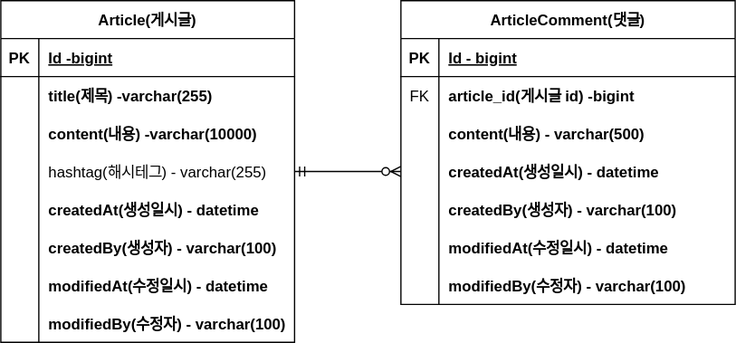
This is fc_notice_board/documents/notice_board_erd.drawio.svg from k-ms1998/Spring-studies, a draw.io export, as it was before one commit. Source tidied: cells renumbered, new cells last; positions are measured from the earlier drawing's top-left corner, leaving out a move shared by most shapes.
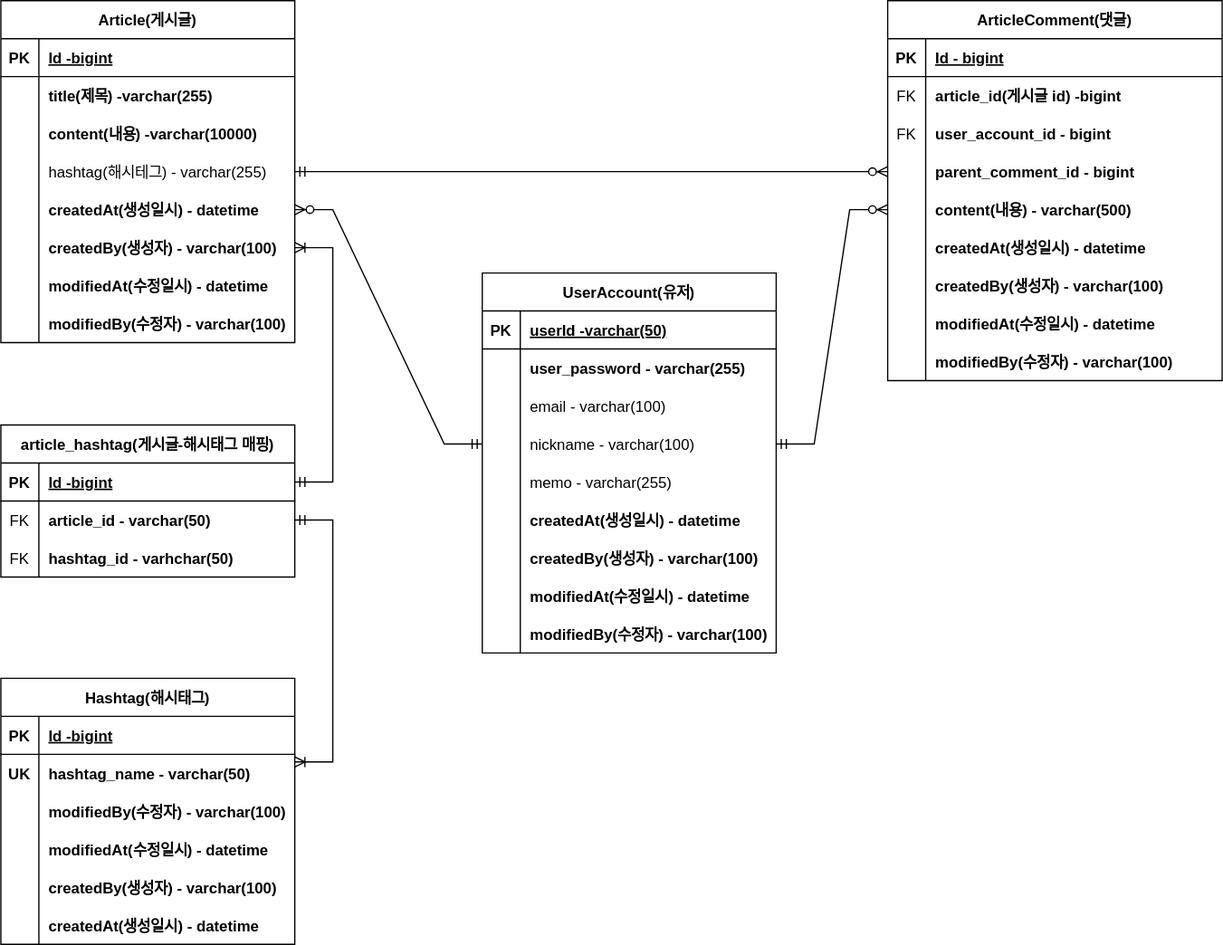
The same file after the commit.

Commit message:
#27: notice_board_erd.drawio.svg 업데이트(대댓글, 해시태그)

The edit, as a diff of the source:
```diff
@@ -5,3 +5,3 @@
     <mxCell id="2" value="Article(게시글)" style="shape=table;startSize=30;rowLines=0;fontStyle=1;align=center;" parent="1" vertex="1">
-      <mxGeometry width="232" height="270" as="geometry" />
+      <mxGeometry x="-140" y="5" width="232" height="270" as="geometry" />
     </mxCell>
@@ -80,3 +80,3 @@
     <mxCell id="27" value="ArticleComment(댓글)" style="shape=table;startSize=30;rowLines=0;fontStyle=1;align=center;" parent="1" vertex="1">
-      <mxGeometry x="316" width="264" height="240" as="geometry" />
+      <mxGeometry x="560" y="5" width="264" height="300" as="geometry" />
     </mxCell>
@@ -100,4 +100,22 @@
     </mxCell>
+    <mxCell id="50" style="shape=tableRow;horizontal=0;startSize=0;swimlaneHead=0;swimlaneBody=0;fillColor=none;top=0;left=0;right=0;bottom=0;" parent="27" vertex="1">
+      <mxGeometry y="90" width="264" height="30" as="geometry" />
+    </mxCell>
+    <mxCell id="51" value="FK" style="shape=partialRectangle;fillColor=none;top=0;left=0;bottom=0;right=0;overflow=hidden;" parent="50" vertex="1">
+      <mxGeometry width="30" height="30" as="geometry" />
+    </mxCell>
+    <mxCell id="52" value="user_account_id - bigint" style="shape=partialRectangle;fillColor=none;top=0;left=0;bottom=0;right=0;align=left;spacingLeft=6;overflow=hidden;fontStyle=1;" parent="50" vertex="1">
+      <mxGeometry x="30" width="234" height="30" as="geometry" />
+    </mxCell>
+    <mxCell id="53" style="shape=tableRow;horizontal=0;startSize=0;swimlaneHead=0;swimlaneBody=0;fillColor=none;points=[[0,0.5],[1,0.5]];portConstraint=eastwest;top=0;left=0;right=0;bottom=0;" parent="27" vertex="1">
+      <mxGeometry y="120" width="264" height="30" as="geometry" />
+    </mxCell>
+    <mxCell id="54" style="shape=partialRectangle;fillColor=none;top=0;left=0;bottom=0;right=0;overflow=hidden;" parent="53" vertex="1">
+      <mxGeometry width="30" height="30" as="geometry" />
+    </mxCell>
+    <mxCell id="55" value="parent_comment_id - bigint" style="shape=partialRectangle;fillColor=none;top=0;left=0;bottom=0;right=0;align=left;spacingLeft=6;overflow=hidden;fontStyle=1;" parent="53" vertex="1">
+      <mxGeometry x="30" width="234" height="30" as="geometry" />
+    </mxCell>
     <mxCell id="34" style="shape=tableRow;horizontal=0;startSize=0;swimlaneHead=0;swimlaneBody=0;fillColor=none;points=[[0,0.5],[1,0.5]];portConstraint=eastwest;top=0;left=0;right=0;bottom=0;" parent="27" vertex="1">
-      <mxGeometry y="90" width="264" height="30" as="geometry" />
+      <mxGeometry y="150" width="264" height="30" as="geometry" />
     </mxCell>
@@ -110,3 +128,3 @@
     <mxCell id="37" style="shape=tableRow;horizontal=0;startSize=0;swimlaneHead=0;swimlaneBody=0;fillColor=none;points=[[0,0.5],[1,0.5]];portConstraint=eastwest;top=0;left=0;right=0;bottom=0;" parent="27" vertex="1">
-      <mxGeometry y="120" width="264" height="30" as="geometry" />
+      <mxGeometry y="180" width="264" height="30" as="geometry" />
     </mxCell>
@@ -119,3 +137,3 @@
     <mxCell id="40" style="shape=tableRow;horizontal=0;startSize=0;swimlaneHead=0;swimlaneBody=0;fillColor=none;top=0;left=0;right=0;bottom=0;" parent="27" vertex="1">
-      <mxGeometry y="150" width="264" height="30" as="geometry" />
+      <mxGeometry y="210" width="264" height="30" as="geometry" />
     </mxCell>
@@ -128,3 +146,3 @@
     <mxCell id="43" style="shape=tableRow;horizontal=0;startSize=0;swimlaneHead=0;swimlaneBody=0;fillColor=none;top=0;left=0;right=0;bottom=0;" parent="27" vertex="1">
-      <mxGeometry y="180" width="264" height="30" as="geometry" />
+      <mxGeometry y="240" width="264" height="30" as="geometry" />
     </mxCell>
@@ -137,3 +155,3 @@
     <mxCell id="46" style="shape=tableRow;horizontal=0;startSize=0;swimlaneHead=0;swimlaneBody=0;fillColor=none;top=0;left=0;right=0;bottom=0;" parent="27" vertex="1">
-      <mxGeometry y="210" width="264" height="30" as="geometry" />
+      <mxGeometry y="270" width="264" height="30" as="geometry" />
     </mxCell>
@@ -145,5 +163,188 @@
     </mxCell>
-    <mxCell id="49" style="edgeStyle=entityRelationEdgeStyle;fontSize=12;html=1;endArrow=ERzeroToMany;startArrow=ERmandOne;rounded=0;exitX=1;exitY=0.5;exitDx=0;exitDy=0;entryX=0;entryY=0.5;entryDx=0;entryDy=0;" parent="1" edge="1" source="12" target="37">
+    <mxCell id="49" style="edgeStyle=entityRelationEdgeStyle;fontSize=12;html=1;endArrow=ERzeroToMany;startArrow=ERmandOne;rounded=0;exitX=1;exitY=0.5;exitDx=0;exitDy=0;entryX=0;entryY=0.5;entryDx=0;entryDy=0;" parent="1" edge="1" source="12" target="53">
       <mxGeometry relative="1" as="geometry" />
     </mxCell>
+    <mxCell id="56" value="UserAccount(유저)" style="shape=table;startSize=30;rowLines=0;fontStyle=1;align=center;direction=east;" parent="1" vertex="1">
+      <mxGeometry x="240" y="220" width="232" height="300" as="geometry" />
+    </mxCell>
+    <mxCell id="57" style="shape=tableRow;horizontal=0;startSize=0;swimlaneHead=0;swimlaneBody=0;fillColor=none;top=0;left=0;right=0;bottom=1;" parent="56" vertex="1">
+      <mxGeometry y="30" width="232" height="30" as="geometry" />
+    </mxCell>
+    <mxCell id="58" value="PK" style="shape=partialRectangle;fillColor=none;top=0;left=0;bottom=0;right=0;fontStyle=1;overflow=hidden;" parent="57" vertex="1">
+      <mxGeometry width="30" height="30" as="geometry" />
+    </mxCell>
+    <mxCell id="59" value="userId -varchar(50)" style="shape=partialRectangle;fillColor=none;top=0;left=0;bottom=0;right=0;align=left;spacingLeft=6;fontStyle=5;overflow=hidden;" parent="57" vertex="1">
+      <mxGeometry x="30" width="202" height="30" as="geometry" />
+    </mxCell>
+    <mxCell id="60" style="shape=tableRow;horizontal=0;startSize=0;swimlaneHead=0;swimlaneBody=0;fillColor=none;top=0;left=0;right=0;bottom=0;" parent="56" vertex="1">
+      <mxGeometry y="60" width="232" height="30" as="geometry" />
+    </mxCell>
+    <mxCell id="61" style="shape=partialRectangle;fillColor=none;top=0;left=0;bottom=0;right=0;overflow=hidden;" parent="60" vertex="1">
+      <mxGeometry width="30" height="30" as="geometry" />
+    </mxCell>
+    <mxCell id="62" value="user_password - varchar(255)" style="shape=partialRectangle;fillColor=none;top=0;left=0;bottom=0;right=0;align=left;spacingLeft=6;overflow=hidden;fontStyle=1;" parent="60" vertex="1">
+      <mxGeometry x="30" width="202" height="30" as="geometry" />
+    </mxCell>
+    <mxCell id="63" style="shape=tableRow;horizontal=0;startSize=0;swimlaneHead=0;swimlaneBody=0;fillColor=none;top=0;left=0;right=0;bottom=0;" parent="56" vertex="1">
+      <mxGeometry y="90" width="232" height="30" as="geometry" />
+    </mxCell>
+    <mxCell id="64" style="shape=partialRectangle;fillColor=none;top=0;left=0;bottom=0;right=0;overflow=hidden;" parent="63" vertex="1">
+      <mxGeometry width="30" height="30" as="geometry" />
+    </mxCell>
+    <mxCell id="65" value="email - varchar(100)" style="shape=partialRectangle;fillColor=none;top=0;left=0;bottom=0;right=0;align=left;spacingLeft=6;overflow=hidden;fontStyle=0;" parent="63" vertex="1">
+      <mxGeometry x="30" width="202" height="30" as="geometry" />
+    </mxCell>
+    <mxCell id="66" style="shape=tableRow;horizontal=0;startSize=0;swimlaneHead=0;swimlaneBody=0;fillColor=none;points=[[0,0.5],[1,0.5]];portConstraint=eastwest;top=0;left=0;right=0;bottom=0;" parent="56" vertex="1">
+      <mxGeometry y="120" width="232" height="30" as="geometry" />
+    </mxCell>
+    <mxCell id="67" style="shape=partialRectangle;fillColor=none;top=0;left=0;bottom=0;right=0;overflow=hidden;" parent="66" vertex="1">
+      <mxGeometry width="30" height="30" as="geometry" />
+    </mxCell>
+    <mxCell id="68" value="nickname - varchar(100)" style="shape=partialRectangle;fillColor=none;top=0;left=0;bottom=0;right=0;align=left;spacingLeft=6;overflow=hidden;" parent="66" vertex="1">
+      <mxGeometry x="30" width="202" height="30" as="geometry" />
+    </mxCell>
+    <mxCell id="69" style="shape=tableRow;horizontal=0;startSize=0;swimlaneHead=0;swimlaneBody=0;fillColor=none;top=0;left=0;right=0;bottom=0;fontStyle=0;" parent="56" vertex="1">
+      <mxGeometry y="150" width="232" height="30" as="geometry" />
+    </mxCell>
+    <mxCell id="70" style="shape=partialRectangle;fillColor=none;top=0;left=0;bottom=0;right=0;overflow=hidden;" parent="69" vertex="1">
+      <mxGeometry width="30" height="30" as="geometry" />
+    </mxCell>
+    <mxCell id="71" value="memo - varchar(255)" style="shape=partialRectangle;fillColor=none;top=0;left=0;bottom=0;right=0;align=left;spacingLeft=6;overflow=hidden;fontStyle=0;" parent="69" vertex="1">
+      <mxGeometry x="30" width="202" height="30" as="geometry" />
+    </mxCell>
+    <mxCell id="72" style="shape=tableRow;horizontal=0;startSize=0;swimlaneHead=0;swimlaneBody=0;fillColor=none;top=0;left=0;right=0;bottom=0;" parent="56" vertex="1">
+      <mxGeometry y="180" width="232" height="30" as="geometry" />
+    </mxCell>
+    <mxCell id="73" style="shape=partialRectangle;fillColor=none;top=0;left=0;bottom=0;right=0;overflow=hidden;" parent="72" vertex="1">
+      <mxGeometry width="30" height="30" as="geometry" />
+    </mxCell>
+    <mxCell id="74" value="createdAt(생성일시) - datetime" style="shape=partialRectangle;fillColor=none;top=0;left=0;bottom=0;right=0;align=left;spacingLeft=6;overflow=hidden;fontStyle=1;" parent="72" vertex="1">
+      <mxGeometry x="30" width="202" height="30" as="geometry" />
+    </mxCell>
+    <mxCell id="75" style="shape=tableRow;horizontal=0;startSize=0;swimlaneHead=0;swimlaneBody=0;fillColor=none;top=0;left=0;right=0;bottom=0;" parent="56" vertex="1">
+      <mxGeometry y="210" width="232" height="30" as="geometry" />
+    </mxCell>
+    <mxCell id="76" style="shape=partialRectangle;fillColor=none;top=0;left=0;bottom=0;right=0;overflow=hidden;" parent="75" vertex="1">
+      <mxGeometry width="30" height="30" as="geometry" />
+    </mxCell>
+    <mxCell id="77" value="createdBy(생성자) - varchar(100)" style="shape=partialRectangle;fillColor=none;top=0;left=0;bottom=0;right=0;align=left;spacingLeft=6;overflow=hidden;fontStyle=1;" parent="75" vertex="1">
+      <mxGeometry x="30" width="202" height="30" as="geometry" />
+    </mxCell>
+    <mxCell id="78" style="shape=tableRow;horizontal=0;startSize=0;swimlaneHead=0;swimlaneBody=0;fillColor=none;top=0;left=0;right=0;bottom=0;" parent="56" vertex="1">
+      <mxGeometry y="240" width="232" height="30" as="geometry" />
+    </mxCell>
+    <mxCell id="79" style="shape=partialRectangle;fillColor=none;top=0;left=0;bottom=0;right=0;overflow=hidden;" parent="78" vertex="1">
+      <mxGeometry width="30" height="30" as="geometry" />
+    </mxCell>
+    <mxCell id="80" value="modifiedAt(수정일시) - datetime" style="shape=partialRectangle;fillColor=none;top=0;left=0;bottom=0;right=0;align=left;spacingLeft=6;overflow=hidden;fontStyle=1;" parent="78" vertex="1">
+      <mxGeometry x="30" width="202" height="30" as="geometry" />
+    </mxCell>
+    <mxCell id="81" style="shape=tableRow;horizontal=0;startSize=0;swimlaneHead=0;swimlaneBody=0;fillColor=none;top=0;left=0;right=0;bottom=0;" parent="56" vertex="1">
+      <mxGeometry y="270" width="232" height="30" as="geometry" />
+    </mxCell>
+    <mxCell id="82" style="shape=partialRectangle;fillColor=none;top=0;left=0;bottom=0;right=0;overflow=hidden;" parent="81" vertex="1">
+      <mxGeometry width="30" height="30" as="geometry" />
+    </mxCell>
+    <mxCell id="83" value="modifiedBy(수정자) - varchar(100)" style="shape=partialRectangle;fillColor=none;top=0;left=0;bottom=0;right=0;align=left;spacingLeft=6;overflow=hidden;fontStyle=1;" parent="81" vertex="1">
+      <mxGeometry x="30" width="202" height="30" as="geometry" />
+    </mxCell>
+    <mxCell id="84" style="edgeStyle=entityRelationEdgeStyle;fontSize=12;html=1;endArrow=ERzeroToMany;startArrow=ERmandOne;rounded=0;exitX=1;exitY=0.5;exitDx=0;exitDy=0;entryX=0;entryY=0.5;entryDx=0;entryDy=0;" parent="1" edge="1" source="66" target="34">
+      <mxGeometry relative="1" as="geometry" />
+    </mxCell>
+    <mxCell id="85" style="edgeStyle=entityRelationEdgeStyle;fontSize=12;html=1;endArrow=ERzeroToMany;startArrow=ERmandOne;rounded=0;exitX=0;exitY=0.5;exitDx=0;exitDy=0;entryX=1;entryY=0.5;entryDx=0;entryDy=0;" parent="1" edge="1" source="66" target="15">
+      <mxGeometry relative="1" as="geometry" />
+    </mxCell>
+    <mxCell id="86" value="Hashtag(해시태그)" style="shape=table;startSize=30;rowLines=0;fontStyle=1;align=center;" parent="1" vertex="1">
+      <mxGeometry x="-140" y="540" width="232" height="210" as="geometry" />
+    </mxCell>
+    <mxCell id="87" style="shape=tableRow;horizontal=0;startSize=0;swimlaneHead=0;swimlaneBody=0;fillColor=none;top=0;left=0;right=0;bottom=1;" parent="86" vertex="1">
+      <mxGeometry y="30" width="232" height="30" as="geometry" />
+    </mxCell>
+    <mxCell id="88" value="PK" style="shape=partialRectangle;fillColor=none;top=0;left=0;bottom=0;right=0;fontStyle=1;overflow=hidden;" parent="87" vertex="1">
+      <mxGeometry width="30" height="30" as="geometry" />
+    </mxCell>
+    <mxCell id="89" value="Id -bigint" style="shape=partialRectangle;fillColor=none;top=0;left=0;bottom=0;right=0;align=left;spacingLeft=6;fontStyle=5;overflow=hidden;" parent="87" vertex="1">
+      <mxGeometry x="30" width="202" height="30" as="geometry" />
+    </mxCell>
+    <mxCell id="90" style="shape=tableRow;horizontal=0;startSize=0;swimlaneHead=0;swimlaneBody=0;fillColor=none;points=[[0,0.5],[1,0.5]];portConstraint=eastwest;top=0;left=0;right=0;bottom=0;" parent="86" vertex="1">
+      <mxGeometry y="60" width="232" height="30" as="geometry" />
+    </mxCell>
+    <mxCell id="91" value="UK" style="shape=partialRectangle;fillColor=none;top=0;left=0;bottom=0;right=0;overflow=hidden;fontStyle=1;" parent="90" vertex="1">
+      <mxGeometry width="30" height="30" as="geometry" />
+    </mxCell>
+    <mxCell id="92" value="hashtag_name - varchar(50)" style="shape=partialRectangle;fillColor=none;top=0;left=0;bottom=0;right=0;align=left;spacingLeft=6;overflow=hidden;fontStyle=1;" parent="90" vertex="1">
+      <mxGeometry x="30" width="202" height="30" as="geometry" />
+    </mxCell>
+    <mxCell id="93" style="shape=tableRow;horizontal=0;startSize=0;swimlaneHead=0;swimlaneBody=0;fillColor=none;top=0;left=0;right=0;bottom=0;" parent="86" vertex="1">
+      <mxGeometry y="90" width="232" height="30" as="geometry" />
+    </mxCell>
+    <mxCell id="94" style="shape=partialRectangle;fillColor=none;top=0;left=0;bottom=0;right=0;overflow=hidden;" parent="93" vertex="1">
+      <mxGeometry width="30" height="30" as="geometry" />
+    </mxCell>
+    <mxCell id="95" value="modifiedBy(수정자) - varchar(100)" style="shape=partialRectangle;fillColor=none;top=0;left=0;bottom=0;right=0;align=left;spacingLeft=6;overflow=hidden;fontStyle=1;" parent="93" vertex="1">
+      <mxGeometry x="30" width="202" height="30" as="geometry" />
+    </mxCell>
+    <mxCell id="96" style="shape=tableRow;horizontal=0;startSize=0;swimlaneHead=0;swimlaneBody=0;fillColor=none;top=0;left=0;right=0;bottom=0;" parent="86" vertex="1">
+      <mxGeometry y="120" width="232" height="30" as="geometry" />
+    </mxCell>
+    <mxCell id="97" style="shape=partialRectangle;fillColor=none;top=0;left=0;bottom=0;right=0;overflow=hidden;" parent="96" vertex="1">
+      <mxGeometry width="30" height="30" as="geometry" />
+    </mxCell>
+    <mxCell id="98" value="modifiedAt(수정일시) - datetime" style="shape=partialRectangle;fillColor=none;top=0;left=0;bottom=0;right=0;align=left;spacingLeft=6;overflow=hidden;fontStyle=1;" parent="96" vertex="1">
+      <mxGeometry x="30" width="202" height="30" as="geometry" />
+    </mxCell>
+    <mxCell id="99" style="shape=tableRow;horizontal=0;startSize=0;swimlaneHead=0;swimlaneBody=0;fillColor=none;top=0;left=0;right=0;bottom=0;" parent="86" vertex="1">
+      <mxGeometry y="150" width="232" height="30" as="geometry" />
+    </mxCell>
+    <mxCell id="100" style="shape=partialRectangle;fillColor=none;top=0;left=0;bottom=0;right=0;overflow=hidden;" parent="99" vertex="1">
+      <mxGeometry width="30" height="30" as="geometry" />
+    </mxCell>
+    <mxCell id="101" value="createdBy(생성자) - varchar(100)" style="shape=partialRectangle;fillColor=none;top=0;left=0;bottom=0;right=0;align=left;spacingLeft=6;overflow=hidden;fontStyle=1;" parent="99" vertex="1">
+      <mxGeometry x="30" width="202" height="30" as="geometry" />
+    </mxCell>
+    <mxCell id="102" style="shape=tableRow;horizontal=0;startSize=0;swimlaneHead=0;swimlaneBody=0;fillColor=none;top=0;left=0;right=0;bottom=0;" parent="86" vertex="1">
+      <mxGeometry y="180" width="232" height="30" as="geometry" />
+    </mxCell>
+    <mxCell id="103" style="shape=partialRectangle;fillColor=none;top=0;left=0;bottom=0;right=0;overflow=hidden;" parent="102" vertex="1">
+      <mxGeometry width="30" height="30" as="geometry" />
+    </mxCell>
+    <mxCell id="104" value="createdAt(생성일시) - datetime" style="shape=partialRectangle;fillColor=none;top=0;left=0;bottom=0;right=0;align=left;spacingLeft=6;overflow=hidden;fontStyle=1;" parent="102" vertex="1">
+      <mxGeometry x="30" width="202" height="30" as="geometry" />
+    </mxCell>
+    <mxCell id="105" value="article_hashtag(게시글-해시태그 매핑)" style="shape=table;startSize=30;rowLines=0;fontStyle=1;align=center;" parent="1" vertex="1">
+      <mxGeometry x="-140" y="340" width="232" height="120" as="geometry" />
+    </mxCell>
+    <mxCell id="106" style="shape=tableRow;horizontal=0;startSize=0;swimlaneHead=0;swimlaneBody=0;fillColor=none;points=[[0,0.5],[1,0.5]];portConstraint=eastwest;top=0;left=0;right=0;bottom=1;" parent="105" vertex="1">
+      <mxGeometry y="30" width="232" height="30" as="geometry" />
+    </mxCell>
+    <mxCell id="107" value="PK" style="shape=partialRectangle;fillColor=none;top=0;left=0;bottom=0;right=0;fontStyle=1;overflow=hidden;" parent="106" vertex="1">
+      <mxGeometry width="30" height="30" as="geometry" />
+    </mxCell>
+    <mxCell id="108" value="Id -bigint" style="shape=partialRectangle;fillColor=none;top=0;left=0;bottom=0;right=0;align=left;spacingLeft=6;fontStyle=5;overflow=hidden;" parent="106" vertex="1">
+      <mxGeometry x="30" width="202" height="30" as="geometry" />
+    </mxCell>
+    <mxCell id="109" style="shape=tableRow;horizontal=0;startSize=0;swimlaneHead=0;swimlaneBody=0;fillColor=none;points=[[0,0.5],[1,0.5]];portConstraint=eastwest;top=0;left=0;right=0;bottom=0;" parent="105" vertex="1">
+      <mxGeometry y="60" width="232" height="30" as="geometry" />
+    </mxCell>
+    <mxCell id="110" value="FK" style="shape=partialRectangle;fillColor=none;top=0;left=0;bottom=0;right=0;overflow=hidden;" parent="109" vertex="1">
+      <mxGeometry width="30" height="30" as="geometry" />
+    </mxCell>
+    <mxCell id="111" value="article_id - varchar(50)" style="shape=partialRectangle;fillColor=none;top=0;left=0;bottom=0;right=0;align=left;spacingLeft=6;overflow=hidden;fontStyle=1;" parent="109" vertex="1">
+      <mxGeometry x="30" width="202" height="30" as="geometry" />
+    </mxCell>
+    <mxCell id="112" style="shape=tableRow;horizontal=0;startSize=0;swimlaneHead=0;swimlaneBody=0;fillColor=none;top=0;left=0;right=0;bottom=0;" parent="105" vertex="1">
+      <mxGeometry y="90" width="232" height="30" as="geometry" />
+    </mxCell>
+    <mxCell id="113" value="FK" style="shape=partialRectangle;fillColor=none;top=0;left=0;bottom=0;right=0;overflow=hidden;" parent="112" vertex="1">
+      <mxGeometry width="30" height="30" as="geometry" />
+    </mxCell>
+    <mxCell id="114" value="hashtag_id - varhchar(50)" style="shape=partialRectangle;fillColor=none;top=0;left=0;bottom=0;right=0;align=left;spacingLeft=6;overflow=hidden;fontStyle=1;" parent="112" vertex="1">
+      <mxGeometry x="30" width="202" height="30" as="geometry" />
+    </mxCell>
+    <mxCell id="115" style="edgeStyle=entityRelationEdgeStyle;fontSize=12;html=1;endArrow=ERoneToMany;startArrow=ERmandOne;rounded=0;exitX=1;exitY=0.5;exitDx=0;exitDy=0;entryX=1;entryY=0.5;entryDx=0;entryDy=0;" parent="1" edge="1" source="106" target="18">
+      <mxGeometry relative="1" as="geometry" />
+    </mxCell>
+    <mxCell id="116" style="edgeStyle=entityRelationEdgeStyle;fontSize=12;html=1;endArrow=ERoneToMany;startArrow=ERmandOne;rounded=0;exitX=1;exitY=0.5;exitDx=0;exitDy=0;entryX=1;entryY=0.2;entryDx=0;entryDy=0;entryPerimeter=0;" parent="1" edge="1" source="109" target="90">
+      <mxGeometry relative="1" as="geometry" />
+    </mxCell>
   </root>
```
